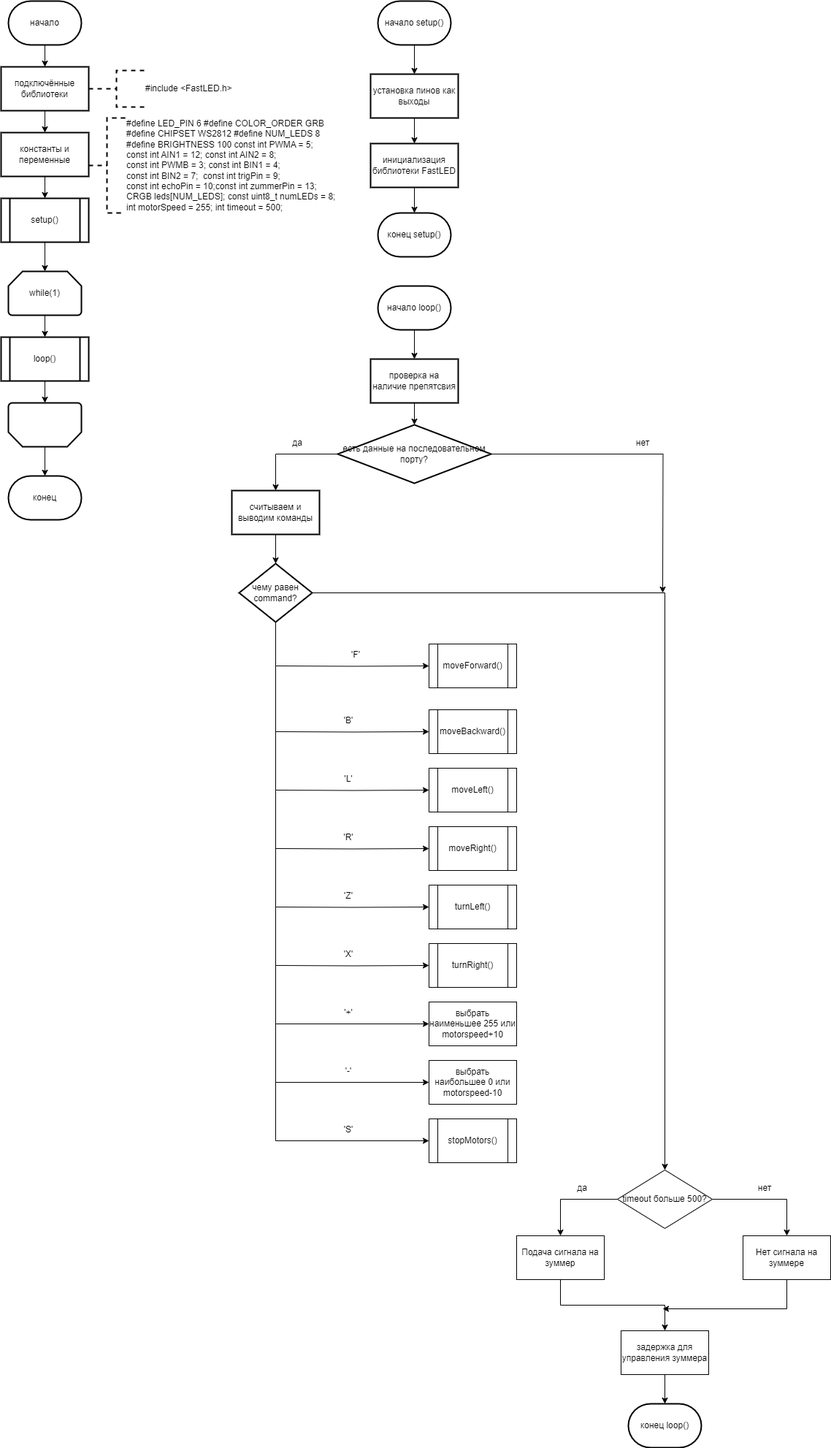
Earlier version of the draw.io export Sem_2/shemaprogram.drawio.png (ksinph/PSTU_LABS_2023). Source tidied: cells renumbered, new cells last; positions are measured from the earlier drawing's top-left corner, leaving out a move shared by most shapes.
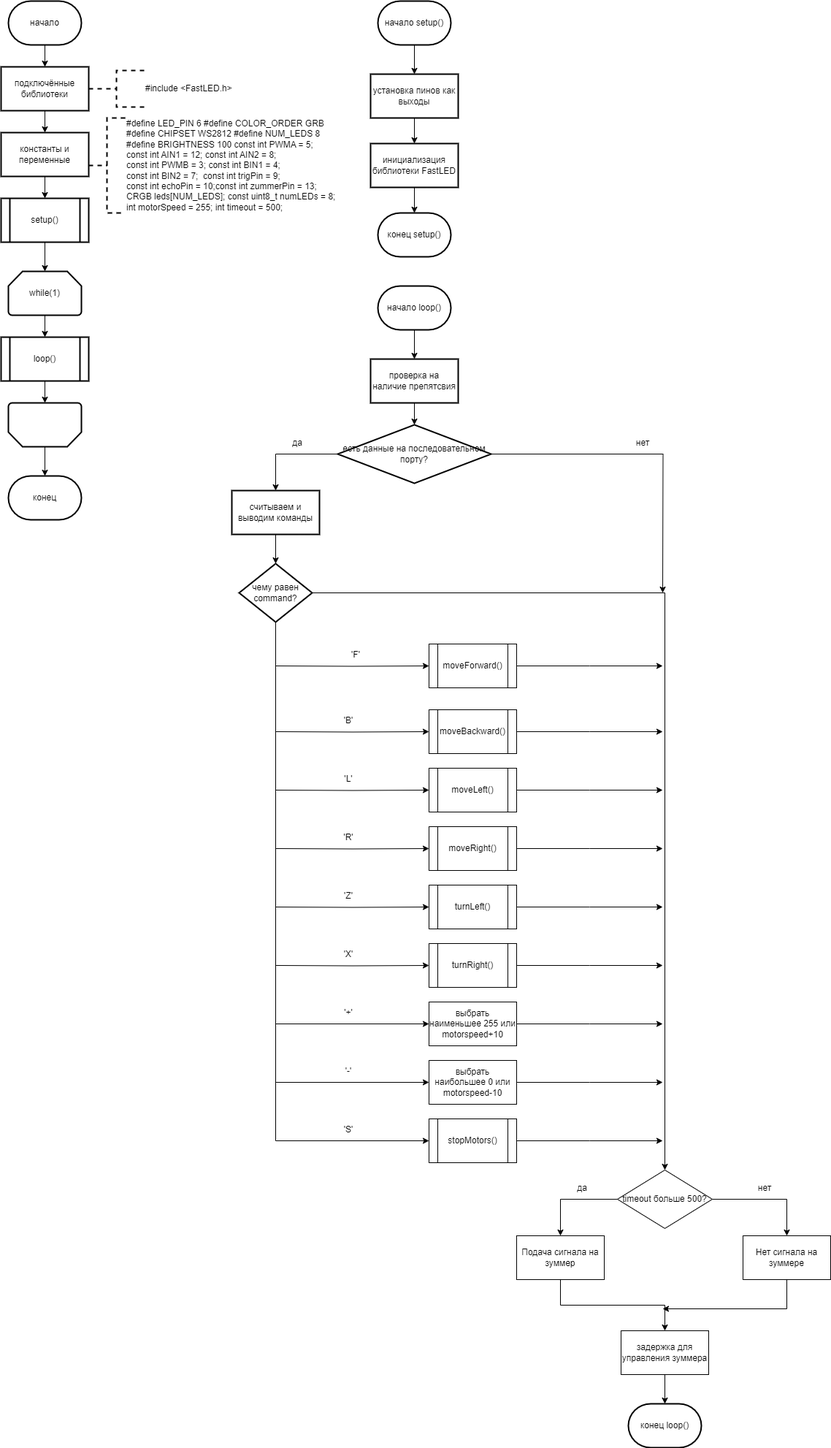
The same file after the commit.

What changed in the source:
```diff
@@ -117,6 +117,11 @@
         <mxPoint x="376" y="910" as="sourcePoint" />
       </mxGeometry>
     </mxCell>
+    <mxCell id="78" style="edgeStyle=orthogonalEdgeStyle;rounded=0;jettySize=auto;html=1;exitX=1;exitY=0.5;exitDx=0;exitDy=0;" parent="1" edge="1" source="39">
+      <mxGeometry relative="1" as="geometry">
+        <mxPoint x="906" y="910" as="targetPoint" />
+      </mxGeometry>
+    </mxCell>
     <mxCell id="39" value="moveForward()" style="shape=process;whiteSpace=wrap;html=1;backgroundOutline=1;" parent="1" vertex="1">
       <mxGeometry x="586" y="880" width="120" height="60" as="geometry" />
     </mxCell>
@@ -125,6 +130,11 @@
         <mxPoint x="376" y="1000" as="sourcePoint" />
       </mxGeometry>
     </mxCell>
+    <mxCell id="79" style="edgeStyle=orthogonalEdgeStyle;rounded=0;jettySize=auto;html=1;exitX=1;exitY=0.5;exitDx=0;exitDy=0;" parent="1" edge="1" source="41">
+      <mxGeometry relative="1" as="geometry">
+        <mxPoint x="906" y="1000" as="targetPoint" />
+      </mxGeometry>
+    </mxCell>
     <mxCell id="41" value="moveBackward()" style="shape=process;whiteSpace=wrap;html=1;backgroundOutline=1;" parent="1" vertex="1">
       <mxGeometry x="586" y="970" width="120" height="60" as="geometry" />
     </mxCell>
@@ -133,6 +143,11 @@
         <mxPoint x="376" y="1080" as="sourcePoint" />
       </mxGeometry>
     </mxCell>
+    <mxCell id="80" style="edgeStyle=orthogonalEdgeStyle;rounded=0;jettySize=auto;html=1;exitX=1;exitY=0.5;exitDx=0;exitDy=0;" parent="1" edge="1" source="43">
+      <mxGeometry relative="1" as="geometry">
+        <mxPoint x="906" y="1080" as="targetPoint" />
+      </mxGeometry>
+    </mxCell>
     <mxCell id="43" value="moveLeft()" style="shape=process;whiteSpace=wrap;html=1;backgroundOutline=1;" parent="1" vertex="1">
       <mxGeometry x="586" y="1050" width="120" height="60" as="geometry" />
     </mxCell>
@@ -141,6 +156,11 @@
         <mxPoint x="376" y="1160" as="sourcePoint" />
       </mxGeometry>
     </mxCell>
+    <mxCell id="81" style="edgeStyle=orthogonalEdgeStyle;rounded=0;jettySize=auto;html=1;exitX=1;exitY=0.5;exitDx=0;exitDy=0;" parent="1" edge="1" source="45">
+      <mxGeometry relative="1" as="geometry">
+        <mxPoint x="906" y="1160" as="targetPoint" />
+      </mxGeometry>
+    </mxCell>
     <mxCell id="45" value="moveRight()" style="shape=process;whiteSpace=wrap;html=1;backgroundOutline=1;" parent="1" vertex="1">
       <mxGeometry x="586" y="1130" width="120" height="60" as="geometry" />
     </mxCell>
@@ -149,6 +169,11 @@
         <mxPoint x="376" y="1240" as="sourcePoint" />
       </mxGeometry>
     </mxCell>
+    <mxCell id="82" style="edgeStyle=orthogonalEdgeStyle;rounded=0;jettySize=auto;html=1;exitX=1;exitY=0.5;exitDx=0;exitDy=0;" parent="1" edge="1" source="47">
+      <mxGeometry relative="1" as="geometry">
+        <mxPoint x="906" y="1240" as="targetPoint" />
+      </mxGeometry>
+    </mxCell>
     <mxCell id="47" value="turnLeft()" style="shape=process;whiteSpace=wrap;html=1;backgroundOutline=1;" parent="1" vertex="1">
       <mxGeometry x="586" y="1210" width="120" height="60" as="geometry" />
     </mxCell>
@@ -157,6 +182,11 @@
         <mxPoint x="376" y="1320" as="sourcePoint" />
       </mxGeometry>
     </mxCell>
+    <mxCell id="83" style="edgeStyle=orthogonalEdgeStyle;rounded=0;jettySize=auto;html=1;exitX=1;exitY=0.5;exitDx=0;exitDy=0;" parent="1" edge="1" source="49">
+      <mxGeometry relative="1" as="geometry">
+        <mxPoint x="906" y="1320" as="targetPoint" />
+      </mxGeometry>
+    </mxCell>
     <mxCell id="49" value="turnRight()" style="shape=process;whiteSpace=wrap;html=1;backgroundOutline=1;" parent="1" vertex="1">
       <mxGeometry x="586" y="1290" width="120" height="60" as="geometry" />
     </mxCell>
@@ -172,12 +202,27 @@
         <mxPoint x="586" y="1480" as="targetPoint" />
       </mxGeometry>
     </mxCell>
+    <mxCell id="84" style="edgeStyle=orthogonalEdgeStyle;rounded=0;jettySize=auto;html=1;exitX=1;exitY=0.5;exitDx=0;exitDy=0;" parent="1" edge="1" source="52">
+      <mxGeometry relative="1" as="geometry">
+        <mxPoint x="906" y="1400" as="targetPoint" />
+      </mxGeometry>
+    </mxCell>
     <mxCell id="52" value="выбрать наименьшее 255 или motorspeed+10" style="rounded=0;whiteSpace=wrap;html=1;" parent="1" vertex="1">
       <mxGeometry x="586" y="1370" width="120" height="60" as="geometry" />
     </mxCell>
+    <mxCell id="85" style="edgeStyle=orthogonalEdgeStyle;rounded=0;jettySize=auto;html=1;exitX=1;exitY=0.5;exitDx=0;exitDy=0;" parent="1" edge="1" source="53">
+      <mxGeometry relative="1" as="geometry">
+        <mxPoint x="906" y="1480" as="targetPoint" />
+      </mxGeometry>
+    </mxCell>
     <mxCell id="53" value="выбрать наибольшее 0 или motorspeed-10" style="rounded=0;whiteSpace=wrap;html=1;" parent="1" vertex="1">
       <mxGeometry x="586" y="1450" width="120" height="60" as="geometry" />
     </mxCell>
+    <mxCell id="86" style="edgeStyle=orthogonalEdgeStyle;rounded=0;jettySize=auto;html=1;exitX=1;exitY=0.5;exitDx=0;exitDy=0;" parent="1" edge="1" source="54">
+      <mxGeometry relative="1" as="geometry">
+        <mxPoint x="906" y="1560" as="targetPoint" />
+      </mxGeometry>
+    </mxCell>
     <mxCell id="54" value="stopMotors()" style="shape=process;whiteSpace=wrap;html=1;backgroundOutline=1;" parent="1" vertex="1">
       <mxGeometry x="586" y="1530" width="120" height="60" as="geometry" />
     </mxCell>
```
